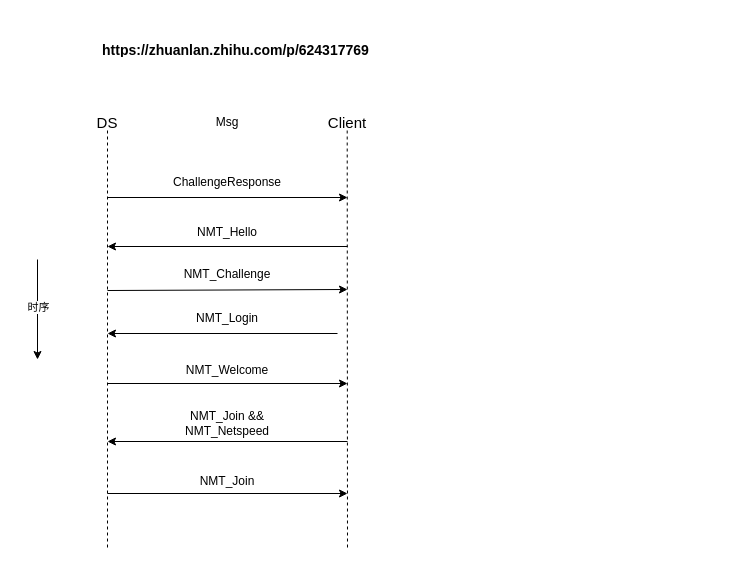
Above: UELogin.drawio in junpfeng/UE (draw.io), before the change. Source tidied: cells renumbered, new cells numbered last; positions are measured from the earlier drawing's top-left corner, leaving out a move shared by most shapes. Both pictures are drawn from the tidied source at 100%, with x=0, y=0 at pixel (37, 27).
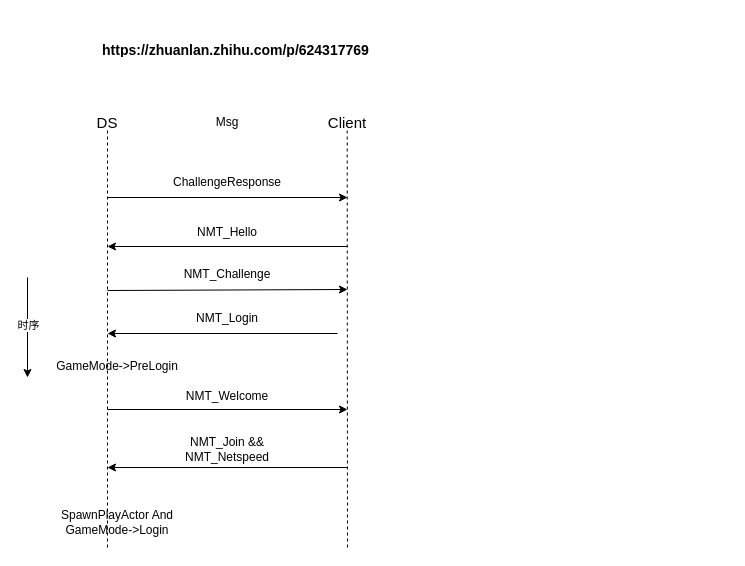
Above is the later version.

Change to the diagram source:
```diff
@@
     <mxCell id="11" style="endArrow=classic;html=1;rounded=0;" parent="1" edge="1">
       <mxGeometry relative="1" as="geometry">
-        <mxPoint x="70" y="356" as="sourcePoint" />
-        <mxPoint x="310" y="356" as="targetPoint" />
+        <mxPoint x="70" y="382" as="sourcePoint" />
+        <mxPoint x="310" y="382" as="targetPoint" />
       </mxGeometry>
     </mxCell>
     <mxCell id="12" value="NMT_Welcome" style="text;html=1;strokeColor=none;fillColor=none;align=center;verticalAlign=middle;whiteSpace=wrap;rounded=0;" parent="1" vertex="1">
-      <mxGeometry x="160" y="328" width="60" height="30" as="geometry" />
+      <mxGeometry x="160" y="354" width="60" height="30" as="geometry" />
     </mxCell>
@@
     <mxCell id="17" value="NMT_Join &amp;amp;&amp;amp; NMT_Netspeed" style="text;html=1;strokeColor=none;fillColor=none;align=center;verticalAlign=middle;whiteSpace=wrap;rounded=0;" parent="1" vertex="1">
-      <mxGeometry x="160" y="381" width="60" height="30" as="geometry" />
+      <mxGeometry x="160" y="407" width="60" height="30" as="geometry" />
     </mxCell>
-    <mxCell id="18" value="NMT_Join" style="text;html=1;strokeColor=none;fillColor=none;align=center;verticalAlign=middle;whiteSpace=wrap;rounded=0;" parent="1" vertex="1">
-      <mxGeometry x="160" y="439" width="60" height="30" as="geometry" />
-    </mxCell>
-    <mxCell id="19" style="endArrow=classic;html=1;rounded=0;" parent="1" edge="1">
-      <mxGeometry relative="1" as="geometry">
-        <mxPoint x="70" y="466" as="sourcePoint" />
-        <mxPoint x="310" y="466" as="targetPoint" />
-      </mxGeometry>
-    </mxCell>
     <mxCell id="20" style="endArrow=classic;html=1;rounded=0;" parent="1" edge="1">
       <mxGeometry relative="1" as="geometry">
-        <mxPoint x="310" y="414" as="sourcePoint" />
-        <mxPoint x="70" y="414" as="targetPoint" />
+        <mxPoint x="310" y="440" as="sourcePoint" />
+        <mxPoint x="70" y="440" as="targetPoint" />
       </mxGeometry>
     </mxCell>
@@
     <mxCell id="22" style="endArrow=classic;html=1;rounded=0;fontSize=15;" parent="1" edge="1">
       <mxGeometry relative="1" as="geometry">
-        <mxPoint y="232" as="sourcePoint" />
-        <mxPoint y="332" as="targetPoint" />
+        <mxPoint x="-10" y="250" as="sourcePoint" />
+        <mxPoint x="-10" y="350" as="targetPoint" />
       </mxGeometry>
     </mxCell>
@@
+    <mxCell id="24" value="SpawnPlayActor And GameMode-&amp;gt;Login" style="text;html=1;strokeColor=none;fillColor=none;align=center;verticalAlign=middle;whiteSpace=wrap;rounded=0;" parent="1" vertex="1">
+      <mxGeometry y="480" width="160" height="30" as="geometry" />
+    </mxCell>
+    <mxCell id="25" value="GameMode-&amp;gt;PreLogin" style="text;html=1;strokeColor=none;fillColor=none;align=center;verticalAlign=middle;whiteSpace=wrap;rounded=0;" parent="1" vertex="1">
+      <mxGeometry x="10" y="324" width="140" height="30" as="geometry" />
+    </mxCell>
```
